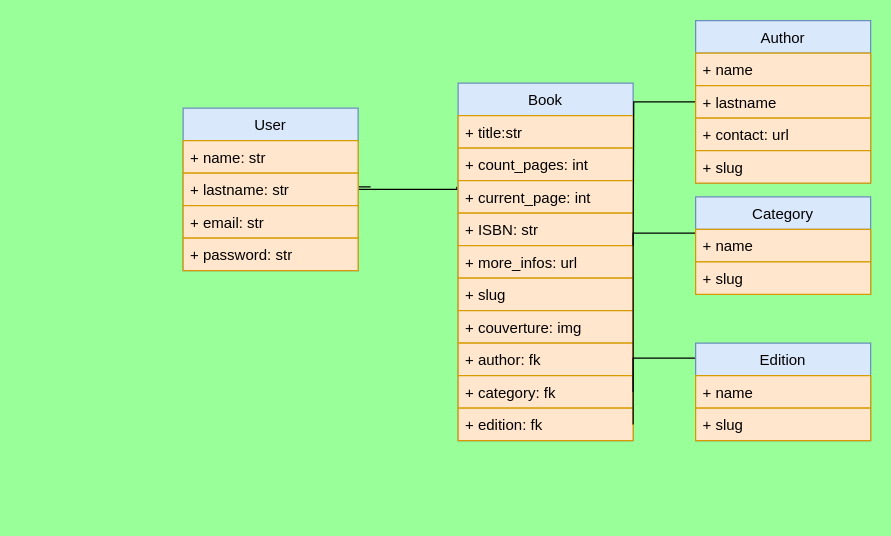
This is doc/association_entity_diagram.drawio from jbbaillet85/veille_tracking, a draw.io file, before an edit. Source tidied: cells renumbered, new cells numbered last; positions are measured from the earlier drawing's top-left corner, leaving out a move shared by most shapes. Both pictures are drawn from the tidied source at 125%, with x=0, y=0 at pixel (182, 20).
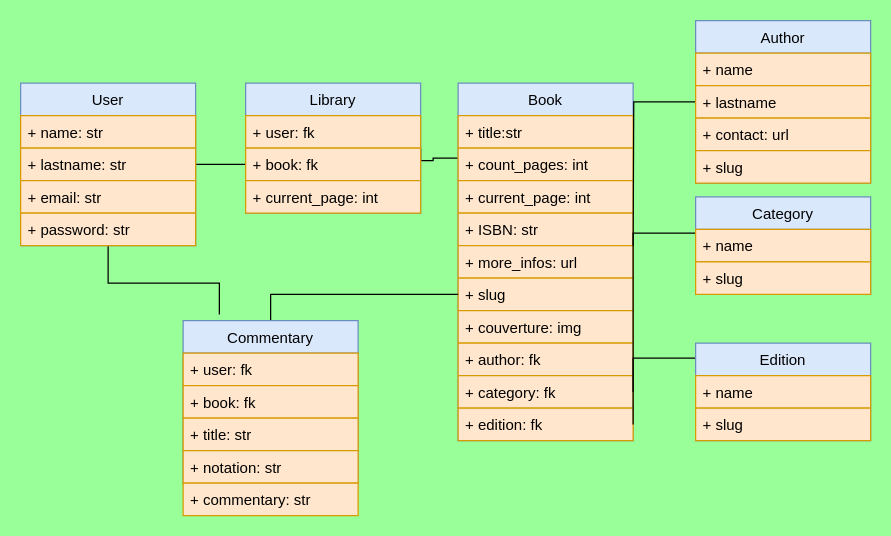
The same diagram, later.

Unchanged cells that the change refers to:
```xml
<mxCell id="8" value="Book" style="swimlane;fontStyle=0;horizontal=1;startSize=26;fillColor=#dae8fc;strokeColor=#6c8ebf;" parent="1" vertex="1">
  <mxGeometry x="220" y="50" width="140" height="286" as="geometry" />
</mxCell>
<mxCell id="11" value="+ current_page: int" style="text;strokeColor=#d79b00;fillColor=#ffe6cc;align=left;verticalAlign=top;spacingLeft=4;spacingRight=4;overflow=hidden;points=[[0,0.5],[1,0.5]];portConstraint=eastwest;" parent="8" vertex="1">
  <mxGeometry y="78" width="140" height="26" as="geometry" />
</mxCell>
<mxCell id="14" value="+ slug" style="text;strokeColor=#d79b00;fillColor=#ffe6cc;align=left;verticalAlign=top;spacingLeft=4;spacingRight=4;overflow=hidden;points=[[0,0.5],[1,0.5]];portConstraint=eastwest;" parent="8" vertex="1">
  <mxGeometry y="156" width="140" height="26" as="geometry" />
</mxCell>
```

What changed in the source:
```diff
@@
-    <mxCell id="2" style="edgeStyle=orthogonalEdgeStyle;rounded=0;jettySize=auto;html=1;endArrow=none;endFill=0;entryX=-0.007;entryY=0.192;entryDx=0;entryDy=0;entryPerimeter=0;" parent="1" edge="1" target="11">
-      <mxGeometry relative="1" as="geometry">
-        <mxPoint x="150" y="133" as="sourcePoint" />
-        <Array as="points">
-          <mxPoint x="140" y="133" />
-          <mxPoint x="140" y="135" />
-          <mxPoint x="219" y="135" />
-        </Array>
-      </mxGeometry>
-    </mxCell>
+    <mxCell id="33" style="edgeStyle=orthogonalEdgeStyle;rounded=0;jettySize=auto;html=1;entryX=0;entryY=0.5;entryDx=0;entryDy=0;endArrow=none;endFill=0;" parent="1" edge="1" source="3" target="45">
+      <mxGeometry relative="1" as="geometry" />
+    </mxCell>
+    <mxCell id="34" style="edgeStyle=orthogonalEdgeStyle;rounded=0;jettySize=auto;html=1;entryX=0.207;entryY=-0.038;entryDx=0;entryDy=0;entryPerimeter=0;endArrow=none;endFill=0;" parent="1" edge="1" source="3" target="37">
+      <mxGeometry relative="1" as="geometry" />
+    </mxCell>
     <mxCell id="3" value="User" style="swimlane;fontStyle=0;horizontal=1;startSize=26;fillColor=#dae8fc;labelBackgroundColor=none;strokeColor=#6c8ebf;" parent="1" vertex="1">
-      <mxGeometry y="70" width="140" height="130" as="geometry" />
+      <mxGeometry x="-130" y="50" width="140" height="130" as="geometry" />
     </mxCell>
@@
+    <mxCell id="35" style="edgeStyle=orthogonalEdgeStyle;rounded=0;jettySize=auto;html=1;entryX=1;entryY=0.5;entryDx=0;entryDy=0;endArrow=none;endFill=0;" parent="1" edge="1" source="8" target="43">
+      <mxGeometry relative="1" as="geometry">
+        <Array as="points">
+          <mxPoint x="200" y="110" />
+          <mxPoint x="200" y="112" />
+          <mxPoint x="190" y="112" />
+        </Array>
+      </mxGeometry>
+    </mxCell>
@@
+    <mxCell id="36" style="edgeStyle=orthogonalEdgeStyle;rounded=0;jettySize=auto;html=1;entryX=0;entryY=0.5;entryDx=0;entryDy=0;endArrow=none;endFill=0;" parent="1" edge="1" source="37" target="14">
+      <mxGeometry relative="1" as="geometry" />
+    </mxCell>
+    <mxCell id="37" value="Commentary" style="swimlane;fontStyle=0;horizontal=1;startSize=26;fillColor=#dae8fc;labelBackgroundColor=none;strokeColor=#6c8ebf;" parent="1" vertex="1">
+      <mxGeometry y="240" width="140" height="130" as="geometry" />
+    </mxCell>
+    <mxCell id="38" value="+ user: fk" style="text;strokeColor=#d79b00;fillColor=#ffe6cc;align=left;verticalAlign=top;spacingLeft=4;spacingRight=4;overflow=hidden;" parent="37" vertex="1">
+      <mxGeometry y="26" width="140" height="26" as="geometry" />
+    </mxCell>
+    <mxCell id="39" value="+ book: fk" style="text;strokeColor=#d79b00;fillColor=#ffe6cc;align=left;verticalAlign=top;spacingLeft=4;spacingRight=4;overflow=hidden;" parent="37" vertex="1">
+      <mxGeometry y="52" width="140" height="26" as="geometry" />
+    </mxCell>
+    <mxCell id="40" value="+ title: str" style="text;strokeColor=#d79b00;fillColor=#ffe6cc;align=left;verticalAlign=top;spacingLeft=4;spacingRight=4;overflow=hidden;" parent="37" vertex="1">
+      <mxGeometry y="78" width="140" height="26" as="geometry" />
+    </mxCell>
+    <mxCell id="41" value="+ notation: str" style="text;strokeColor=#d79b00;fillColor=#ffe6cc;align=left;verticalAlign=top;spacingLeft=4;spacingRight=4;overflow=hidden;" parent="37" vertex="1">
+      <mxGeometry y="104" width="140" height="26" as="geometry" />
+    </mxCell>
+    <mxCell id="42" value="+ commentary: str" style="text;strokeColor=#d79b00;fillColor=#ffe6cc;align=left;verticalAlign=top;spacingLeft=4;spacingRight=4;overflow=hidden;" parent="1" vertex="1">
+      <mxGeometry y="370" width="140" height="26" as="geometry" />
+    </mxCell>
+    <mxCell id="43" value="Library" style="swimlane;fontStyle=0;horizontal=1;startSize=26;fillColor=#dae8fc;labelBackgroundColor=none;strokeColor=#6c8ebf;" parent="1" vertex="1">
+      <mxGeometry x="50" y="50" width="140" height="104" as="geometry" />
+    </mxCell>
+    <mxCell id="44" value="+ user: fk" style="text;strokeColor=#d79b00;fillColor=#ffe6cc;align=left;verticalAlign=top;spacingLeft=4;spacingRight=4;overflow=hidden;" parent="43" vertex="1">
+      <mxGeometry y="26" width="140" height="26" as="geometry" />
+    </mxCell>
+    <mxCell id="45" value="+ book: fk" style="text;strokeColor=#d79b00;fillColor=#ffe6cc;align=left;verticalAlign=top;spacingLeft=4;spacingRight=4;overflow=hidden;points=[[0,0.5],[1,0.5]];portConstraint=eastwest;" parent="43" vertex="1">
+      <mxGeometry y="52" width="140" height="26" as="geometry" />
+    </mxCell>
+    <mxCell id="46" value="+ current_page: int" style="text;strokeColor=#d79b00;fillColor=#ffe6cc;align=left;verticalAlign=top;spacingLeft=4;spacingRight=4;overflow=hidden;" parent="43" vertex="1">
+      <mxGeometry y="78" width="140" height="26" as="geometry" />
+    </mxCell>
```
